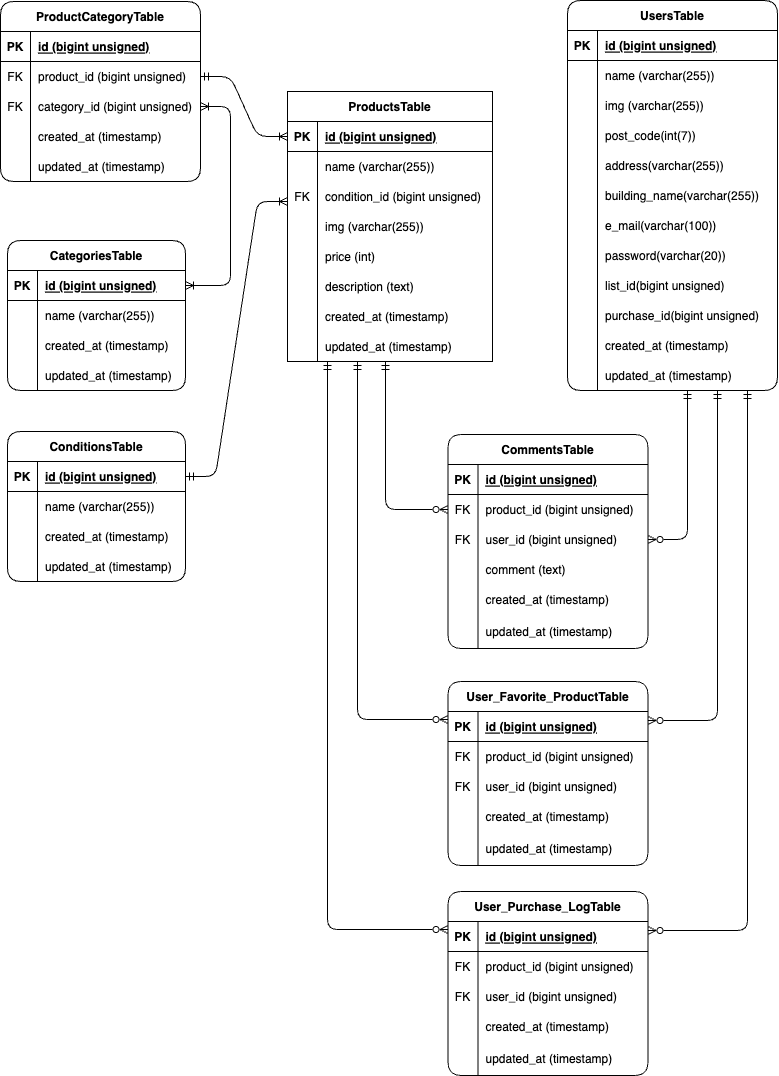
Above: COACHTECH-FLEA-MARKET.drawio.png in yushi0708/coachtech-flea-market (draw.io), before the change. Source tidied: cells renumbered, new cells last; positions are measured from the earlier drawing's top-left corner, leaving out a move shared by most shapes.
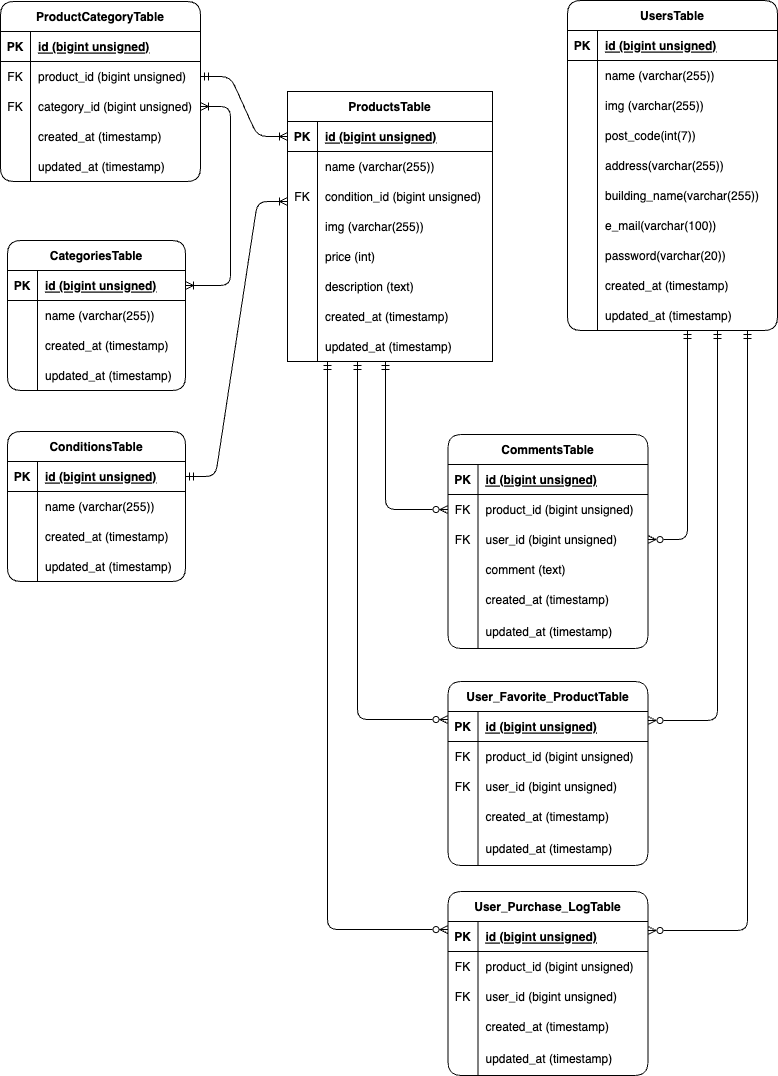
Later version of the same file.

The edit, as a diff of the source:
```diff
@@ -125,7 +125,7 @@
       </mxGeometry>
     </mxCell>
     <mxCell id="42" value="UsersTable" style="shape=table;startSize=30;rowLines=0;fontStyle=1;align=center;rounded=1;" parent="1" vertex="1">
-      <mxGeometry x="567" width="210" height="390" as="geometry" />
+      <mxGeometry x="567" width="210" height="330" as="geometry" />
     </mxCell>
     <mxCell id="43" style="shape=tableRow;horizontal=0;startSize=0;swimlaneHead=0;swimlaneBody=0;fillColor=none;top=0;left=0;right=0;bottom=1;" parent="42" vertex="1">
       <mxGeometry y="30" width="210" height="30" as="geometry" />
@@ -199,26 +199,8 @@
     <mxCell id="66" value="password(varchar(20))" style="shape=partialRectangle;fillColor=none;top=0;left=0;bottom=0;right=0;align=left;spacingLeft=6;overflow=hidden;" parent="64" vertex="1">
       <mxGeometry x="30" width="180" height="30" as="geometry" />
     </mxCell>
-    <mxCell id="67" style="shape=tableRow;horizontal=0;startSize=0;swimlaneHead=0;swimlaneBody=0;fillColor=none;top=0;left=0;right=0;bottom=0;" parent="42" vertex="1">
-      <mxGeometry y="270" width="210" height="30" as="geometry" />
-    </mxCell>
-    <mxCell id="68" style="shape=partialRectangle;fillColor=none;top=0;left=0;bottom=0;right=0;overflow=hidden;" parent="67" vertex="1">
-      <mxGeometry width="30" height="30" as="geometry" />
-    </mxCell>
-    <mxCell id="69" value="list_id(bigint unsigned)" style="shape=partialRectangle;fillColor=none;top=0;left=0;bottom=0;right=0;align=left;spacingLeft=6;overflow=hidden;" parent="67" vertex="1">
-      <mxGeometry x="30" width="180" height="30" as="geometry" />
-    </mxCell>
-    <mxCell id="70" style="shape=tableRow;horizontal=0;startSize=0;swimlaneHead=0;swimlaneBody=0;fillColor=none;top=0;left=0;right=0;bottom=0;" parent="42" vertex="1">
-      <mxGeometry y="300" width="210" height="30" as="geometry" />
-    </mxCell>
-    <mxCell id="71" style="shape=partialRectangle;fillColor=none;top=0;left=0;bottom=0;right=0;overflow=hidden;" parent="70" vertex="1">
-      <mxGeometry width="30" height="30" as="geometry" />
-    </mxCell>
-    <mxCell id="72" value="purchase_id(bigint unsigned)" style="shape=partialRectangle;fillColor=none;top=0;left=0;bottom=0;right=0;align=left;spacingLeft=6;overflow=hidden;" parent="70" vertex="1">
-      <mxGeometry x="30" width="180" height="30" as="geometry" />
-    </mxCell>
     <mxCell id="73" style="shape=tableRow;horizontal=0;startSize=0;swimlaneHead=0;swimlaneBody=0;fillColor=none;top=0;left=0;right=0;bottom=0;" parent="42" vertex="1">
-      <mxGeometry y="330" width="210" height="30" as="geometry" />
+      <mxGeometry y="270" width="210" height="30" as="geometry" />
     </mxCell>
     <mxCell id="74" style="shape=partialRectangle;fillColor=none;top=0;left=0;bottom=0;right=0;overflow=hidden;" parent="73" vertex="1">
       <mxGeometry width="30" height="30" as="geometry" />
@@ -227,7 +209,7 @@
       <mxGeometry x="30" width="180" height="30" as="geometry" />
     </mxCell>
     <mxCell id="76" style="shape=tableRow;horizontal=0;startSize=0;swimlaneHead=0;swimlaneBody=0;fillColor=none;points=[[0,0.5],[1,0.5]];portConstraint=eastwest;top=0;left=0;right=0;bottom=0;" parent="42" vertex="1">
-      <mxGeometry y="360" width="210" height="30" as="geometry" />
+      <mxGeometry y="300" width="210" height="30" as="geometry" />
     </mxCell>
     <mxCell id="77" style="shape=partialRectangle;fillColor=none;top=0;left=0;bottom=0;right=0;overflow=hidden;" parent="76" vertex="1">
       <mxGeometry width="30" height="30" as="geometry" />
```
